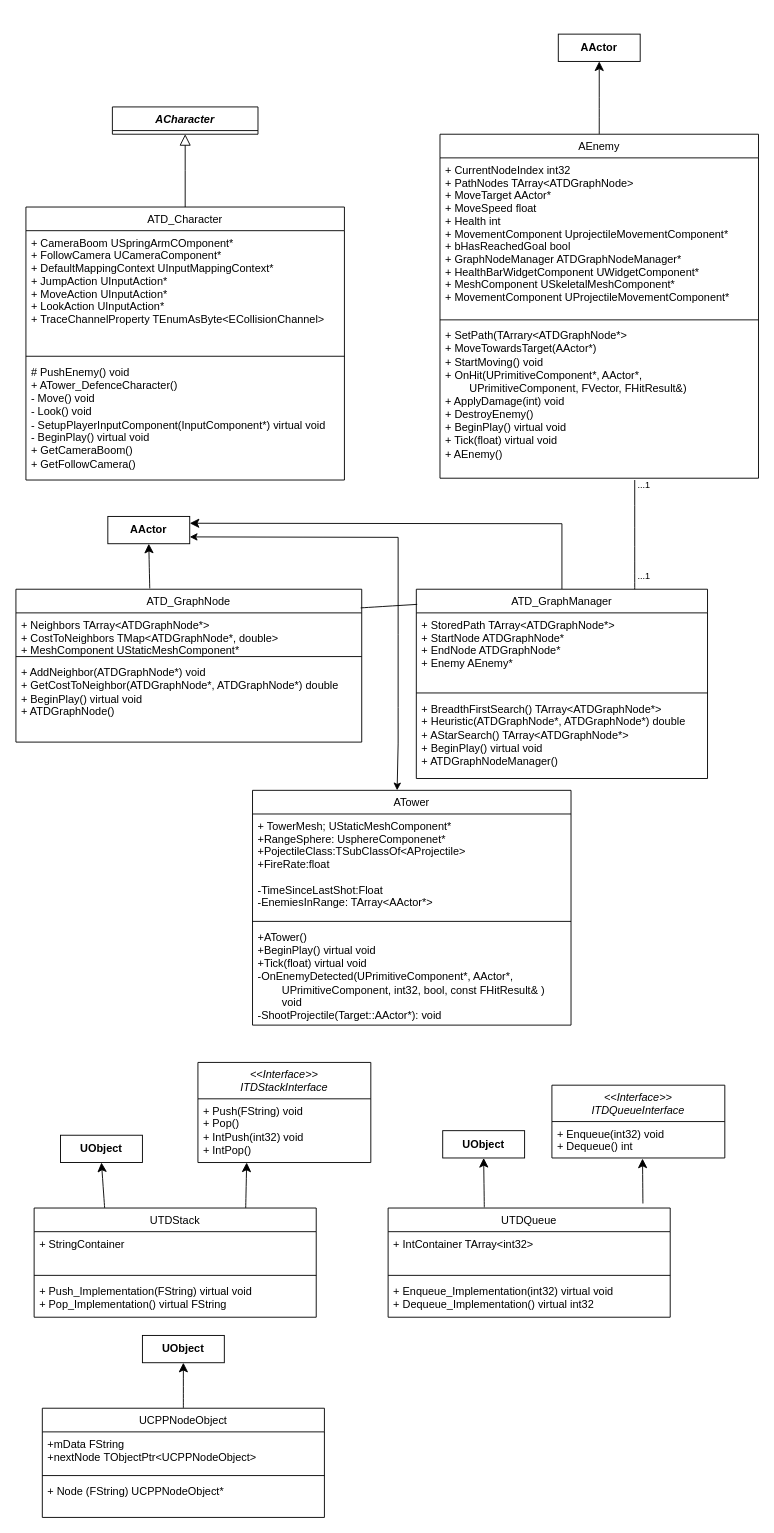
Earlier version of the draw.io diagram TowerDefense_UML11.drawio (Viiktorh/Tower_Defense). Source tidied: cells renumbered, new cells numbered last; positions are measured from the earlier drawing's top-left corner, leaving out a move shared by most shapes. Both pictures are drawn from the tidied source at 91%, with x=0, y=0 at pixel (15, 34).
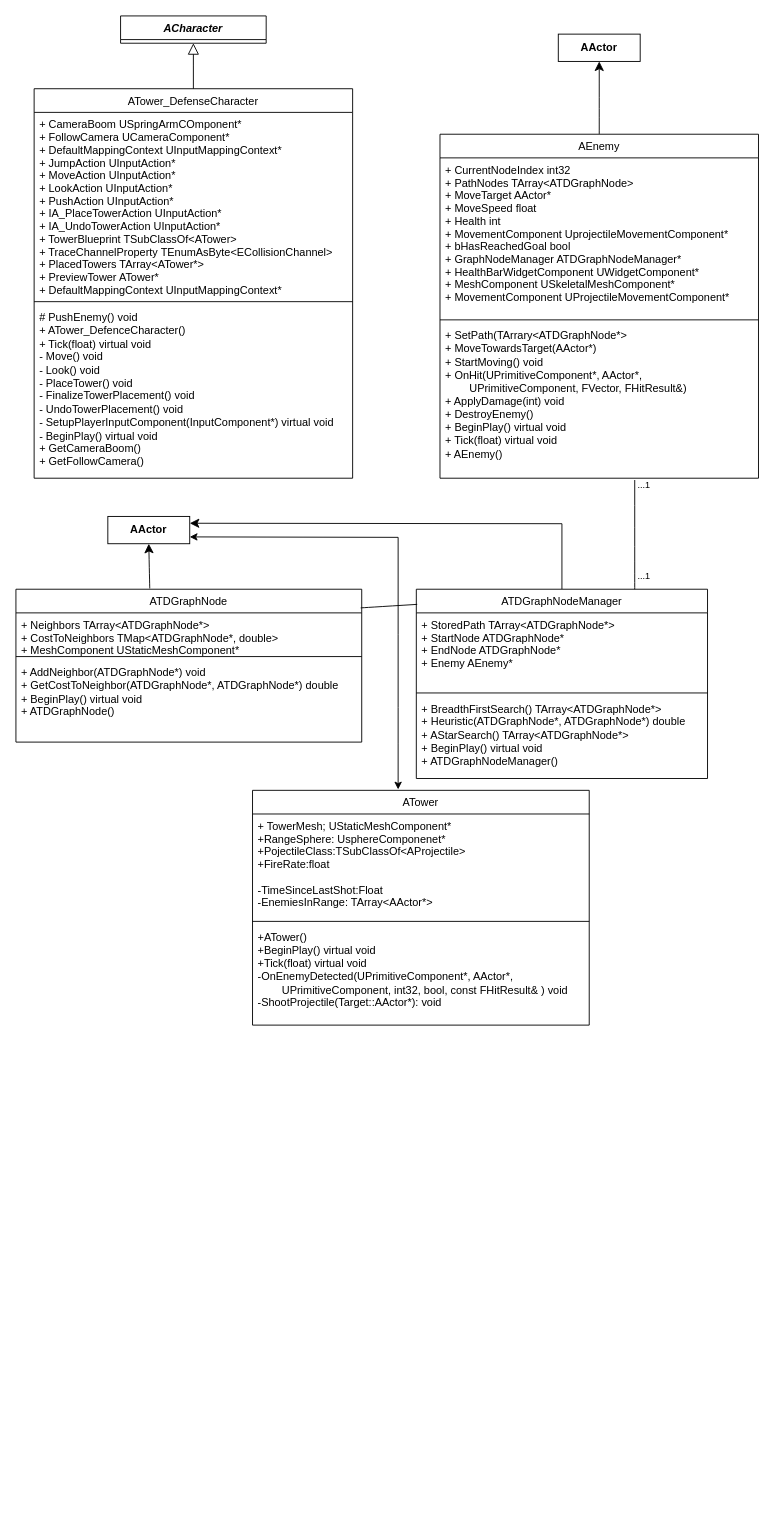
The same diagram, later.

The change refers to these unchanged cells:
```xml
<mxCell id="43" value="&lt;b&gt;AActor&lt;/b&gt;" style="rounded=0;whiteSpace=wrap;html=1;" parent="1" vertex="1">
  <mxGeometry x="101" y="530" width="90" height="30" as="geometry" />
</mxCell>
```

Change to the diagram source:
```diff
@@
     <mxCell id="2" value="ACharacter" style="swimlane;fontStyle=3;align=center;verticalAlign=top;horizontal=1;startSize=26;rounded=0;shadow=0;strokeWidth=1;" parent="1" vertex="1">
-      <mxGeometry x="106" y="80" width="160" height="30" as="geometry" />
+      <mxGeometry x="115" y="-20" width="160" height="30" as="geometry" />
     </mxCell>
-    <mxCell id="3" value="ATD_Character" style="swimlane;fontStyle=0;align=center;verticalAlign=top;horizontal=1;startSize=26;rounded=0;shadow=0;strokeWidth=1;" parent="1" vertex="1">
-      <mxGeometry x="11" y="190" width="350" height="300" as="geometry" />
+    <mxCell id="3" value="ATower_DefenseCharacter" style="swimlane;fontStyle=0;align=center;verticalAlign=top;horizontal=1;startSize=26;rounded=0;shadow=0;strokeWidth=1;" parent="1" vertex="1">
+      <mxGeometry x="20" y="60" width="350" height="428" as="geometry" />
     </mxCell>
-    <mxCell id="4" value="+ CameraBoom USpringArmCOmponent*&#10;+ FollowCamera UCameraComponent*&#10;+ DefaultMappingContext UInputMappingContext* &#10;+ JumpAction UInputAction*&#10;+ MoveAction UInputAction*&#10;+ LookAction UInputAction*&#10;+ TraceChannelProperty TEnumAsByte&lt;ECollisionChannel&gt;" style="text;align=left;verticalAlign=top;spacingLeft=4;spacingRight=4;overflow=hidden;" parent="3" vertex="1">
-      <mxGeometry y="26" width="350" height="134" as="geometry" />
+    <mxCell id="4" value="+ CameraBoom USpringArmCOmponent*&#10;+ FollowCamera UCameraComponent*&#10;+ DefaultMappingContext UInputMappingContext* &#10;+ JumpAction UInputAction*&#10;+ MoveAction UInputAction*&#10;+ LookAction UInputAction*&#10;+ PushAction UInputAction*&#10;+ IA_PlaceTowerAction UInputAction*&#10;+ IA_UndoTowerAction UInputAction*&#10;+ TowerBlueprint TSubClassOf&lt;ATower&gt;&#10;+ TraceChannelProperty TEnumAsByte&lt;ECollisionChannel&gt;&#10;+ PlacedTowers TArray&lt;ATower*&gt;&#10;+ PreviewTower ATower*&#10;+ DefaultMappingContext UInputMappingContext*" style="text;align=left;verticalAlign=top;spacingLeft=4;spacingRight=4;overflow=hidden;" parent="3" vertex="1">
+      <mxGeometry y="26" width="350" height="204" as="geometry" />
     </mxCell>
     <mxCell id="5" style="line;html=1;strokeWidth=1;align=left;verticalAlign=middle;spacingTop=-1;spacingLeft=3;spacingRight=3;labelPosition=right;" parent="3" vertex="1">
-      <mxGeometry y="160" width="350" height="8" as="geometry" />
+      <mxGeometry y="230" width="350" height="8" as="geometry" />
     </mxCell>
-    <mxCell id="6" value="# PushEnemy() void&lt;div&gt;+ ATower_DefenceCharacter()&lt;/div&gt;&lt;div&gt;- Move() void&lt;/div&gt;&lt;div&gt;- Look() void&lt;/div&gt;&lt;div&gt;- SetupPlayerInputComponent(InputComponent*) virtual void&lt;/div&gt;&lt;div&gt;- BeginPlay() virtual void&lt;/div&gt;&lt;div&gt;+ GetCameraBoom()&lt;/div&gt;&lt;div&gt;+ GetFollowCamera()&lt;/div&gt;" style="text;html=1;align=left;verticalAlign=top;strokeColor=none;fillColor=none;fontSize=12;spacingLeft=4;spacingRight=4;" parent="3" vertex="1">
-      <mxGeometry y="168" width="350" height="130" as="geometry" />
+    <mxCell id="6" value="# PushEnemy() void&lt;div&gt;+ ATower_DefenceCharacter()&lt;/div&gt;&lt;div&gt;+ Tick(float) virtual void&lt;/div&gt;&lt;div&gt;- Move() void&lt;/div&gt;&lt;div&gt;- Look() void&lt;/div&gt;&lt;div&gt;- PlaceTower() void&lt;/div&gt;&lt;div&gt;- FinalizeTowerPlacement() void&lt;/div&gt;&lt;div&gt;- UndoTowerPlacement() void&lt;/div&gt;&lt;div&gt;- SetupPlayerInputComponent(InputComponent*) virtual void&lt;/div&gt;&lt;div&gt;- BeginPlay() virtual void&lt;/div&gt;&lt;div&gt;+ GetCameraBoom()&lt;/div&gt;&lt;div&gt;+ GetFollowCamera()&lt;/div&gt;" style="text;html=1;align=left;verticalAlign=top;strokeColor=none;fillColor=none;fontSize=12;spacingLeft=4;spacingRight=4;" parent="3" vertex="1">
+      <mxGeometry y="238" width="350" height="190" as="geometry" />
     </mxCell>
@@
-    <mxCell id="14" style="edgeStyle=none;curved=1;rounded=0;jettySize=auto;html=1;exitX=0.5;exitY=0;exitDx=0;exitDy=0;entryX=0.5;entryY=1;entryDx=0;entryDy=0;fontSize=12;startSize=8;endSize=8;" parent="1" edge="1" source="15" target="19">
-      <mxGeometry relative="1" as="geometry" />
-    </mxCell>
-    <mxCell id="15" value="UCPPNodeObject" style="swimlane;fontStyle=0;align=center;verticalAlign=top;horizontal=1;startSize=26;rounded=0;shadow=0;strokeWidth=1;" parent="1" vertex="1">
-      <mxGeometry x="29" y="1510" width="310" height="120" as="geometry" />
-    </mxCell>
-    <mxCell id="16" value="+mData FString&#10;+nextNode TObjectPtr&lt;UCPPNodeObject&gt;&#10;" style="text;align=left;verticalAlign=top;spacingLeft=4;spacingRight=4;overflow=hidden;" parent="15" vertex="1">
-      <mxGeometry y="26" width="310" height="44" as="geometry" />
-    </mxCell>
-    <mxCell id="17" style="line;html=1;strokeWidth=1;align=left;verticalAlign=middle;spacingTop=-1;spacingLeft=3;spacingRight=3;labelPosition=right;" parent="15" vertex="1">
-      <mxGeometry y="70" width="310" height="8" as="geometry" />
-    </mxCell>
-    <mxCell id="18" value="&lt;div&gt;+ Node (FString)&amp;nbsp;UCPPNodeObject*&lt;/div&gt;" style="text;html=1;align=left;verticalAlign=top;strokeColor=none;fillColor=none;fontSize=12;spacingLeft=4;spacingRight=4;" parent="15" vertex="1">
-      <mxGeometry y="78" width="310" height="30" as="geometry" />
-    </mxCell>
-    <mxCell id="19" value="&lt;b&gt;UObject&lt;/b&gt;" style="rounded=0;whiteSpace=wrap;html=1;" parent="1" vertex="1">
-      <mxGeometry x="139" y="1430" width="90" height="30" as="geometry" />
-    </mxCell>
-    <mxCell id="20" value="&lt;&lt;Interface&gt;&gt;&#10;ITDQueueInterface" style="swimlane;fontStyle=2;align=center;verticalAlign=top;horizontal=1;startSize=40;rounded=0;shadow=0;strokeWidth=1;" parent="1" vertex="1">
-      <mxGeometry x="589" y="1155" width="190" height="80" as="geometry" />
-    </mxCell>
-    <mxCell id="21" value="+ Enqueue(int32) void&lt;div&gt;+ Dequeue() int&lt;/div&gt;" style="text;html=1;align=left;verticalAlign=top;points=[];strokeColor=none;fillColor=none;fontSize=12;spacingLeft=4;spacingRight=4;" parent="20" vertex="1">
-      <mxGeometry y="40" width="190" height="40" as="geometry" />
-    </mxCell>
-    <mxCell id="22" style="edgeStyle=none;curved=1;rounded=0;jettySize=auto;html=1;exitX=0.341;exitY=-0.006;exitDx=0;exitDy=0;entryX=0.5;entryY=1;entryDx=0;entryDy=0;fontSize=12;startSize=8;endSize=8;exitPerimeter=0;" parent="1" edge="1" source="23" target="28">
-      <mxGeometry relative="1" as="geometry" />
-    </mxCell>
-    <mxCell id="23" value="UTDQueue" style="swimlane;fontStyle=0;align=center;verticalAlign=top;horizontal=1;startSize=26;rounded=0;shadow=0;strokeWidth=1;" parent="1" vertex="1">
-      <mxGeometry x="409" y="1290" width="310" height="120" as="geometry" />
-    </mxCell>
-    <mxCell id="24" value="+ IntContainer TArray&lt;int32&gt;" style="text;align=left;verticalAlign=top;spacingLeft=4;spacingRight=4;overflow=hidden;" parent="23" vertex="1">
-      <mxGeometry y="26" width="310" height="44" as="geometry" />
-    </mxCell>
-    <mxCell id="25" style="line;html=1;strokeWidth=1;align=left;verticalAlign=middle;spacingTop=-1;spacingLeft=3;spacingRight=3;labelPosition=right;" parent="23" vertex="1">
-      <mxGeometry y="70" width="310" height="8" as="geometry" />
-    </mxCell>
-    <mxCell id="26" value="+ Enqueue_Implementation(int32) virtual void&lt;div&gt;+ Dequeue_Implementation() virtual int32&lt;/div&gt;" style="text;html=1;align=left;verticalAlign=top;strokeColor=none;fillColor=none;fontSize=12;spacingLeft=4;spacingRight=4;" parent="23" vertex="1">
-      <mxGeometry y="78" width="310" height="40" as="geometry" />
-    </mxCell>
-    <mxCell id="27" style="edgeStyle=none;curved=1;rounded=0;jettySize=auto;html=1;entryX=0.524;entryY=1.017;entryDx=0;entryDy=0;entryPerimeter=0;fontSize=12;startSize=8;endSize=8;" parent="1" edge="1" target="21">
-      <mxGeometry relative="1" as="geometry">
-        <mxPoint x="689" y="1285" as="sourcePoint" />
-      </mxGeometry>
-    </mxCell>
-    <mxCell id="28" value="&lt;b&gt;UObject&lt;/b&gt;" style="rounded=0;whiteSpace=wrap;html=1;" parent="1" vertex="1">
-      <mxGeometry x="469" y="1205" width="90" height="30" as="geometry" />
-    </mxCell>
-    <mxCell id="29" value="&lt;b&gt;UObject&lt;/b&gt;" style="rounded=0;whiteSpace=wrap;html=1;" parent="1" vertex="1">
-      <mxGeometry x="49" y="1210" width="90" height="30" as="geometry" />
-    </mxCell>
-    <mxCell id="30" style="edgeStyle=none;curved=1;rounded=0;jettySize=auto;html=1;exitX=0.25;exitY=0;exitDx=0;exitDy=0;entryX=0.5;entryY=1;entryDx=0;entryDy=0;fontSize=12;startSize=8;endSize=8;" parent="1" edge="1" source="31" target="29">
-      <mxGeometry relative="1" as="geometry" />
-    </mxCell>
-    <mxCell id="31" value="UTDStack" style="swimlane;fontStyle=0;align=center;verticalAlign=top;horizontal=1;startSize=26;rounded=0;shadow=0;strokeWidth=1;" parent="1" vertex="1">
-      <mxGeometry x="20" y="1290" width="310" height="120" as="geometry" />
-    </mxCell>
-    <mxCell id="32" value="+ StringContainer" style="text;align=left;verticalAlign=top;spacingLeft=4;spacingRight=4;overflow=hidden;" parent="31" vertex="1">
-      <mxGeometry y="26" width="310" height="44" as="geometry" />
-    </mxCell>
-    <mxCell id="33" style="line;html=1;strokeWidth=1;align=left;verticalAlign=middle;spacingTop=-1;spacingLeft=3;spacingRight=3;labelPosition=right;" parent="31" vertex="1">
-      <mxGeometry y="70" width="310" height="8" as="geometry" />
-    </mxCell>
-    <mxCell id="34" value="+ Push_Implementation(FString) virtual void&lt;div&gt;+ Pop_Implementation() virtual FString&lt;/div&gt;" style="text;html=1;align=left;verticalAlign=top;strokeColor=none;fillColor=none;fontSize=12;spacingLeft=4;spacingRight=4;" parent="31" vertex="1">
-      <mxGeometry y="78" width="310" height="40" as="geometry" />
-    </mxCell>
-    <mxCell id="35" value="&lt;&lt;Interface&gt;&gt;&#10;ITDStackInterface" style="swimlane;fontStyle=2;align=center;verticalAlign=top;horizontal=1;startSize=40;rounded=0;shadow=0;strokeWidth=1;" parent="1" vertex="1">
-      <mxGeometry x="200" y="1130" width="190" height="110" as="geometry" />
-    </mxCell>
-    <mxCell id="36" value="+ Push(FString) void&lt;div&gt;+ Pop()&amp;nbsp;&lt;/div&gt;&lt;div&gt;+ IntPush(int32) void&lt;/div&gt;&lt;div&gt;+ IntPop()&amp;nbsp;&lt;/div&gt;" style="text;html=1;align=left;verticalAlign=top;points=[];strokeColor=none;fillColor=none;fontSize=12;spacingLeft=4;spacingRight=4;" parent="35" vertex="1">
-      <mxGeometry y="40" width="190" height="70" as="geometry" />
-    </mxCell>
-    <mxCell id="37" style="edgeStyle=none;curved=1;rounded=0;jettySize=auto;html=1;exitX=0.75;exitY=0;exitDx=0;exitDy=0;entryX=0.282;entryY=1;entryDx=0;entryDy=0;entryPerimeter=0;fontSize=12;startSize=8;endSize=8;" parent="1" edge="1" source="31" target="36">
-      <mxGeometry relative="1" as="geometry" />
-    </mxCell>
@@
-    <mxCell id="39" value="ATD_GraphNode" style="swimlane;fontStyle=0;align=center;verticalAlign=top;horizontal=1;startSize=26;rounded=0;shadow=0;strokeWidth=1;" parent="1" vertex="1">
+    <mxCell id="39" value="ATDGraphNode" style="swimlane;fontStyle=0;align=center;verticalAlign=top;horizontal=1;startSize=26;rounded=0;shadow=0;strokeWidth=1;" parent="1" vertex="1">
       <mxGeometry y="610" width="380" height="168" as="geometry" />
     </mxCell>
@@
-    <mxCell id="46" value="ATD_GraphManager" style="swimlane;fontStyle=0;align=center;verticalAlign=top;horizontal=1;startSize=26;rounded=0;shadow=0;strokeWidth=1;" parent="1" vertex="1">
+    <mxCell id="46" value="ATDGraphNodeManager" style="swimlane;fontStyle=0;align=center;verticalAlign=top;horizontal=1;startSize=26;rounded=0;shadow=0;strokeWidth=1;" parent="1" vertex="1">
       <mxGeometry x="440" y="610" width="320" height="208" as="geometry" />
     </mxCell>
@@
     <mxCell id="54" value="ATower" style="swimlane;fontStyle=0;align=center;verticalAlign=top;horizontal=1;startSize=26;rounded=0;shadow=0;strokeWidth=1;" parent="1" vertex="1">
-      <mxGeometry x="260" y="831" width="350" height="258" as="geometry" />
+      <mxGeometry x="260" y="831" width="370" height="258" as="geometry" />
     </mxCell>
     <mxCell id="55" value="+ TowerMesh; UStaticMeshComponent* &#10;+RangeSphere: UsphereComponenet*&#10;+PojectileClass:TSubClassOf&lt;AProjectile&gt;&#10;+FireRate:float&#10;&#10;-TimeSinceLastShot:Float&#10;-EnemiesInRange: TArray&lt;AActor*&gt;" style="text;align=left;verticalAlign=top;spacingLeft=4;spacingRight=4;overflow=hidden;" parent="54" vertex="1">
-      <mxGeometry y="26" width="350" height="114" as="geometry" />
+      <mxGeometry y="26" width="370" height="114" as="geometry" />
     </mxCell>
     <mxCell id="56" style="line;html=1;strokeWidth=1;align=left;verticalAlign=middle;spacingTop=-1;spacingLeft=3;spacingRight=3;labelPosition=right;" parent="54" vertex="1">
-      <mxGeometry y="140" width="350" height="8" as="geometry" />
+      <mxGeometry y="140" width="370" height="8" as="geometry" />
     </mxCell>
-    <mxCell id="57" value="+ATower()&lt;br style=&quot;padding: 0px; margin: 0px;&quot;&gt;+BeginPlay() virtual void&lt;br style=&quot;padding: 0px; margin: 0px;&quot;&gt;+Tick(float) virtual void&lt;br style=&quot;padding: 0px; margin: 0px;&quot;&gt;-OnEnemyDetected(UPrimitiveComponent*, AActor*,&amp;nbsp;&lt;div&gt;&amp;nbsp;&lt;span style=&quot;white-space: pre;&quot;&gt;&#9;&lt;/span&gt;UPrimitiveComponent, int32, bool, const FHitResult&amp;amp; )&amp;nbsp;&lt;/div&gt;&lt;div&gt;&lt;span style=&quot;white-space: pre;&quot;&gt;&#9;&lt;/span&gt;void&lt;br style=&quot;padding: 0px; margin: 0px;&quot;&gt;-ShootProjectile(Target::AActor*): void&lt;/div&gt;" style="text;html=1;align=left;verticalAlign=top;strokeColor=none;fillColor=none;fontSize=12;spacingLeft=4;spacingRight=4;" parent="54" vertex="1">
-      <mxGeometry y="148" width="350" height="110" as="geometry" />
+    <mxCell id="57" value="+ATower()&lt;br style=&quot;padding: 0px; margin: 0px;&quot;&gt;+BeginPlay() virtual void&lt;br style=&quot;padding: 0px; margin: 0px;&quot;&gt;+Tick(float) virtual void&lt;br style=&quot;padding: 0px; margin: 0px;&quot;&gt;-OnEnemyDetected(UPrimitiveComponent*, AActor*,&amp;nbsp;&lt;div&gt;&amp;nbsp;&lt;span style=&quot;white-space: pre;&quot;&gt;&#9;&lt;/span&gt;UPrimitiveComponent, int32, bool, const FHitResult&amp;amp; )&amp;nbsp;&lt;span style=&quot;background-color: initial;&quot;&gt;void&lt;/span&gt;&lt;/div&gt;&lt;div&gt;-ShootProjectile(Target::AActor*): void&lt;/div&gt;" style="text;html=1;align=left;verticalAlign=top;strokeColor=none;fillColor=none;fontSize=12;spacingLeft=4;spacingRight=4;" parent="54" vertex="1">
+      <mxGeometry y="148" width="370" height="100" as="geometry" />
     </mxCell>
-    <mxCell id="58" style="endArrow=classic;startArrow=classic;html=1;rounded=0;exitX=0.454;exitY=0;exitDx=0;exitDy=0;exitPerimeter=0;entryX=1;entryY=0.75;entryDx=0;entryDy=0;" parent="1" edge="1" source="54" target="43">
+    <mxCell id="58" style="endArrow=classic;startArrow=classic;html=1;rounded=0;entryX=1;entryY=0.75;entryDx=0;entryDy=0;" parent="1" edge="1" target="43">
       <mxGeometry relative="1" as="geometry">
+        <mxPoint x="420" y="830" as="sourcePoint" />
         <Array as="points">
           <mxPoint x="420" y="780" />
           <mxPoint x="420" y="740" />
           <mxPoint x="420" y="660" />
           <mxPoint x="420" y="553" />
         </Array>
       </mxGeometry>
     </mxCell>
```
